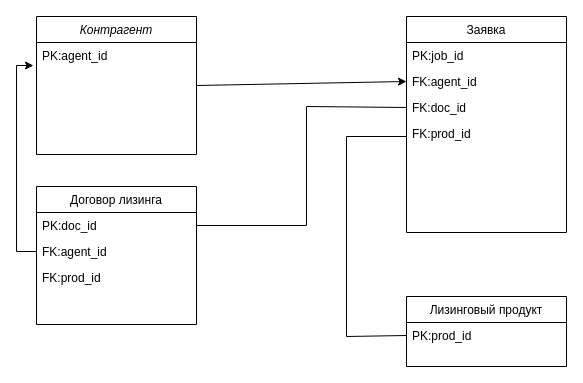
Before: Диаграмма без названия.drawio in Tituchenko/HomeWork_Seminar_3, a draw.io diagram. Source tidied: cells renumbered, new cells numbered last; positions are measured from the earlier drawing's top-left corner, leaving out a move shared by most shapes. Both pictures are drawn from the tidied source at 100%, with x=0, y=0 at pixel (16, 16).
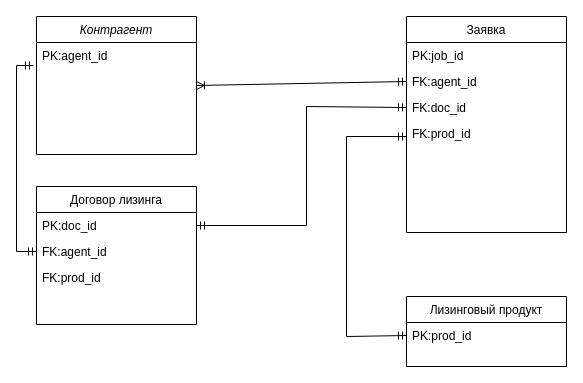
After the change.

The change refers to these unchanged cells:
```xml
<mxCell id="2" value="Контрагент" style="swimlane;fontStyle=2;align=center;verticalAlign=top;horizontal=1;startSize=26;rounded=0;shadow=0;strokeWidth=1;" parent="1" vertex="1">
  <mxGeometry x="20" width="160" height="138" as="geometry" />
</mxCell>
<mxCell id="3" value="PK:agent_id" style="text;align=left;verticalAlign=top;spacingLeft=4;spacingRight=4;overflow=hidden;points=[[0,0.5],[1,0.5]];portConstraint=eastwest;" parent="2" vertex="1">
  <mxGeometry y="26" width="160" height="26" as="geometry" />
</mxCell>
<mxCell id="5" value="PK:doc_id" style="text;align=left;verticalAlign=top;spacingLeft=4;spacingRight=4;overflow=hidden;points=[[0,0.5],[1,0.5]];portConstraint=eastwest;" parent="4" vertex="1">
  <mxGeometry y="26" width="160" height="26" as="geometry" />
</mxCell>
<mxCell id="6" value="FK:agent_id" style="text;align=left;verticalAlign=top;spacingLeft=4;spacingRight=4;overflow=hidden;points=[[0,0.5],[1,0.5]];portConstraint=eastwest;" parent="4" vertex="1">
  <mxGeometry y="52" width="160" height="26" as="geometry" />
</mxCell>
<mxCell id="9" value="PK:prod_id" style="text;align=left;verticalAlign=top;spacingLeft=4;spacingRight=4;overflow=hidden;points=[[0,0.5],[1,0.5]];portConstraint=eastwest;" parent="8" vertex="1">
  <mxGeometry y="26" width="160" height="26" as="geometry" />
</mxCell>
<mxCell id="12" value="FK:agent_id" style="text;align=left;verticalAlign=top;spacingLeft=4;spacingRight=4;overflow=hidden;points=[[0,0.5],[1,0.5]];portConstraint=eastwest;" parent="10" vertex="1">
  <mxGeometry y="52" width="160" height="26" as="geometry" />
</mxCell>
<mxCell id="13" value="FK:doc_id" style="text;align=left;verticalAlign=top;spacingLeft=4;spacingRight=4;overflow=hidden;points=[[0,0.5],[1,0.5]];portConstraint=eastwest;" parent="10" vertex="1">
  <mxGeometry y="78" width="160" height="26" as="geometry" />
</mxCell>
```

What changed in the source:
```diff
@@
-    <mxCell id="15" style="endArrow=classic;html=1;rounded=0;entryX=0;entryY=0.5;entryDx=0;entryDy=0;exitX=1;exitY=0.5;exitDx=0;exitDy=0;endFill=1;" parent="1" edge="1" source="2" target="12">
+    <mxCell id="15" style="endArrow=ERmandOne;html=1;rounded=0;entryX=0;entryY=0.5;entryDx=0;entryDy=0;exitX=1;exitY=0.5;exitDx=0;exitDy=0;endFill=0;startArrow=ERoneToMany;startFill=0;" parent="1" edge="1" source="2" target="12">
       <mxGeometry relative="1" as="geometry" />
     </mxCell>
-    <mxCell id="16" style="endArrow=none;html=1;rounded=0;entryX=0;entryY=0.5;entryDx=0;entryDy=0;exitX=1;exitY=0.5;exitDx=0;exitDy=0;" parent="1" edge="1" source="5" target="13">
+    <mxCell id="16" style="endArrow=ERmandOne;html=1;rounded=0;entryX=0;entryY=0.5;entryDx=0;entryDy=0;exitX=1;exitY=0.5;exitDx=0;exitDy=0;endFill=0;startArrow=ERmandOne;startFill=0;" parent="1" edge="1" source="5" target="13">
       <mxGeometry relative="1" as="geometry">
         <Array as="points">
           <mxPoint x="290" y="209" />
           <mxPoint x="290" y="90" />
         </Array>
       </mxGeometry>
     </mxCell>
-    <mxCell id="17" style="endArrow=none;html=1;rounded=0;entryX=0;entryY=0.5;entryDx=0;entryDy=0;exitX=0;exitY=0.5;exitDx=0;exitDy=0;" parent="1" edge="1" source="9">
+    <mxCell id="17" style="endArrow=ERmandOne;html=1;rounded=0;entryX=0;entryY=0.5;entryDx=0;entryDy=0;exitX=0;exitY=0.5;exitDx=0;exitDy=0;endFill=0;startArrow=ERmandOne;startFill=0;" parent="1" edge="1" source="9">
       <mxGeometry relative="1" as="geometry">
         <mxPoint x="390" y="120" as="targetPoint" />
         <Array as="points">
           <mxPoint x="330" y="320" />
           <mxPoint x="330" y="120" />
         </Array>
       </mxGeometry>
     </mxCell>
-    <mxCell id="18" style="edgeStyle=orthogonalEdgeStyle;rounded=0;jettySize=auto;html=1;exitX=0;exitY=0.5;exitDx=0;exitDy=0;entryX=-0.019;entryY=0.885;entryDx=0;entryDy=0;entryPerimeter=0;" parent="1" edge="1" source="6" target="3">
+    <mxCell id="18" style="edgeStyle=orthogonalEdgeStyle;rounded=0;jettySize=auto;html=1;exitX=0;exitY=0.5;exitDx=0;exitDy=0;entryX=-0.019;entryY=0.885;entryDx=0;entryDy=0;entryPerimeter=0;endArrow=ERmandOne;endFill=0;startArrow=ERmandOne;startFill=0;" parent="1" edge="1" source="6" target="3">
       <mxGeometry relative="1" as="geometry">
         <Array as="points">
           <mxPoint y="235" />
           <mxPoint y="49" />
         </Array>
       </mxGeometry>
     </mxCell>
```
